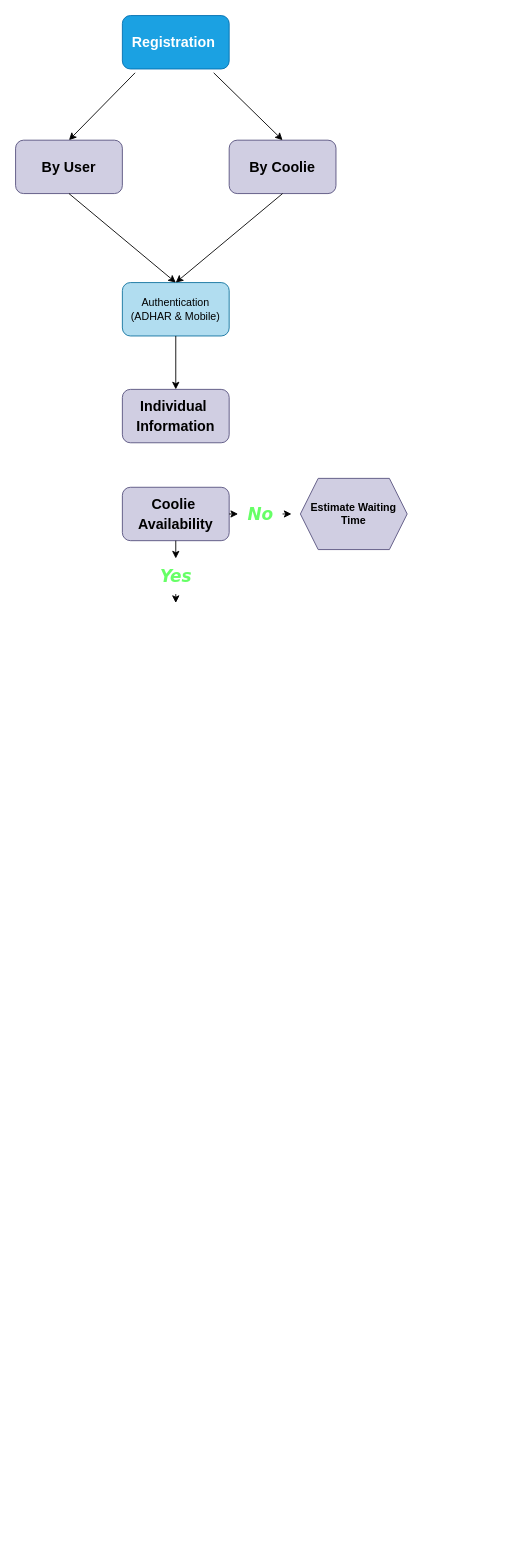
Before: Coolie Management System.drawio in harshcodes17/acmhackathon, a draw.io diagram. Source tidied: cells renumbered, new cells numbered last; positions are measured from the earlier drawing's top-left corner, leaving out a move shared by most shapes. Both pictures are drawn from the tidied source at 89%, with x=0, y=0 at pixel (15, 15).
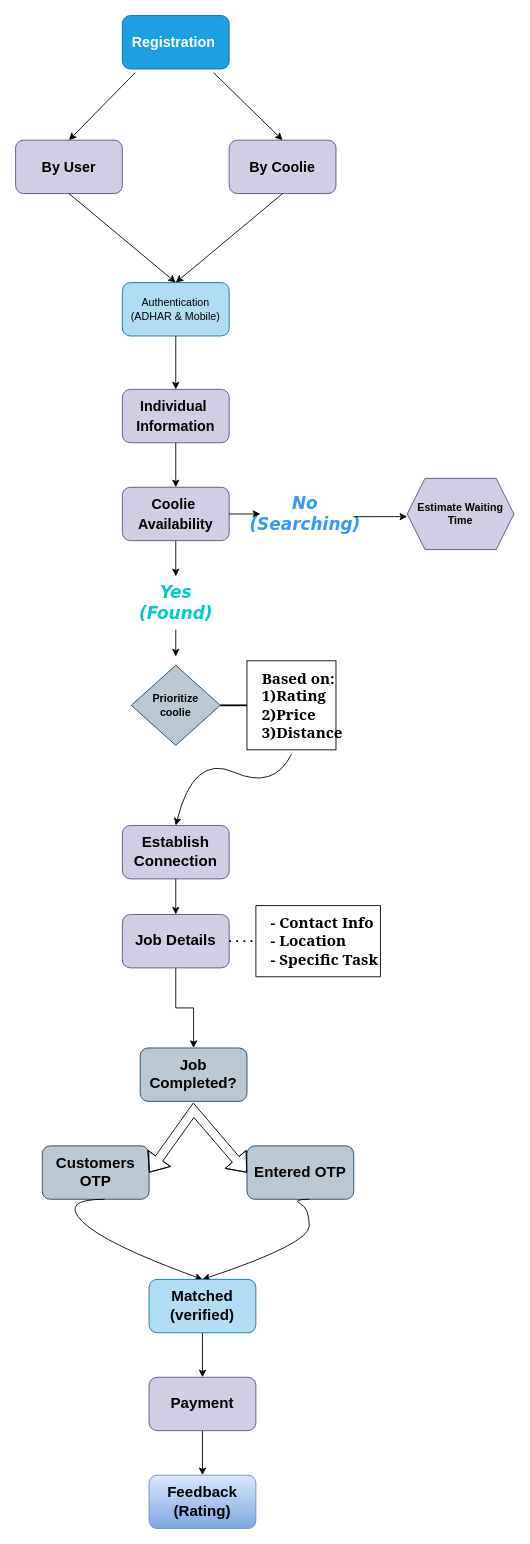
Above is the later version.

The change refers to these unchanged cells:
```xml
<mxCell id="10" value="&lt;div style=&quot;&quot;&gt;&lt;font face=&quot;Helvetica&quot;&gt;&lt;span style=&quot;font-size: 16px;&quot;&gt;&lt;b&gt;Individual&amp;nbsp;&lt;/b&gt;&lt;/span&gt;&lt;/font&gt;&lt;/div&gt;&lt;div style=&quot;&quot;&gt;&lt;font face=&quot;Helvetica&quot;&gt;&lt;span style=&quot;font-size: 16px;&quot;&gt;&lt;b&gt;Information&lt;/b&gt;&lt;/span&gt;&lt;/font&gt;&lt;/div&gt;" style="rounded=1;whiteSpace=wrap;html=1;fillColor=#d0cee2;strokeColor=#56517e;fontFamily=Lucida Console;fontSize=17;align=center;" parent="1" vertex="1">
  <mxGeometry x="120" y="420" width="120" height="60" as="geometry" />
</mxCell>
<mxCell id="12" value="&lt;div style=&quot;&quot;&gt;&lt;font face=&quot;Helvetica&quot;&gt;&lt;span style=&quot;font-size: 16px;&quot;&gt;&lt;b&gt;Coolie&amp;nbsp;&lt;/b&gt;&lt;/span&gt;&lt;/font&gt;&lt;/div&gt;&lt;div style=&quot;&quot;&gt;&lt;font face=&quot;Helvetica&quot;&gt;&lt;span style=&quot;font-size: 16px;&quot;&gt;&lt;b&gt;Availability&lt;/b&gt;&lt;/span&gt;&lt;/font&gt;&lt;/div&gt;" style="rounded=1;whiteSpace=wrap;html=1;fillColor=#d0cee2;strokeColor=#56517e;fontFamily=Lucida Console;fontSize=17;align=center;" parent="1" vertex="1">
  <mxGeometry x="120" y="530" width="120" height="60" as="geometry" />
</mxCell>
```

Change to the diagram source:
```diff
@@
     <mxCell id="13" style="endArrow=classic;html=1;rounded=0;exitX=0.5;exitY=1;exitDx=0;exitDy=0;" parent="1" edge="1" source="15">
       <mxGeometry relative="1" as="geometry">
-        <mxPoint x="180" y="660" as="targetPoint" />
+        <mxPoint x="180" y="720" as="targetPoint" />
       </mxGeometry>
     </mxCell>
@@
-    <mxCell id="15" value="&lt;font color=&quot;#66ff66&quot; face=&quot;Verdana&quot; style=&quot;font-size: 19px;&quot;&gt;Yes&lt;/font&gt;" style="text;html=1;align=center;verticalAlign=middle;points=[];strokeColor=none;fillColor=none;rotation=0;fontSize=19;labelBackgroundColor=none;labelBorderColor=none;fontStyle=3;" parent="1" vertex="1">
-      <mxGeometry x="155" y="610" width="50" height="40" as="geometry" />
+    <mxCell id="15" value="&lt;font face=&quot;Verdana&quot; style=&quot;font-size: 19px;&quot;&gt;Yes&lt;/font&gt;&lt;div&gt;&lt;font face=&quot;Verdana&quot; style=&quot;font-size: 19px;&quot;&gt;(Found)&lt;/font&gt;&lt;/div&gt;" style="text;html=1;align=center;verticalAlign=middle;points=[];strokeColor=none;fillColor=none;rotation=0;fontSize=19;labelBackgroundColor=none;labelBorderColor=none;fontStyle=3;fontColor=#00CCCC;" parent="1" vertex="1">
+      <mxGeometry x="140" y="630" width="80" height="60" as="geometry" />
     </mxCell>
-    <mxCell id="16" style="endArrow=classic;html=1;rounded=0;exitX=1;exitY=0.5;exitDx=0;exitDy=0;" parent="1" edge="1" source="18">
-      <mxGeometry relative="1" as="geometry">
-        <mxPoint x="310" y="560" as="targetPoint" />
-      </mxGeometry>
-    </mxCell>
-    <mxCell id="17" style="endArrow=classic;html=1;rounded=0;exitX=1;exitY=0.5;exitDx=0;exitDy=0;" parent="1" edge="1" source="12" target="18">
-      <mxGeometry relative="1" as="geometry" />
+    <mxCell id="17" style="endArrow=classic;html=1;rounded=0;exitX=1;exitY=0.5;exitDx=0;exitDy=0;" parent="1" edge="1" source="12">
+      <mxGeometry relative="1" as="geometry">
+        <mxPoint x="275" y="560" as="targetPoint" />
+      </mxGeometry>
     </mxCell>
-    <mxCell id="18" value="&lt;font color=&quot;#66ff66&quot; face=&quot;Verdana&quot; style=&quot;font-size: 19px;&quot;&gt;No&lt;/font&gt;" style="text;html=1;align=center;verticalAlign=middle;points=[];strokeColor=none;fillColor=none;rotation=0;fontSize=19;labelBackgroundColor=none;labelBorderColor=none;fontStyle=3;" parent="1" vertex="1">
-      <mxGeometry x="250" y="540" width="50" height="40" as="geometry" />
-    </mxCell>
     <mxCell id="19" value="&lt;b&gt;Estimate Waiting&lt;/b&gt;&lt;div&gt;&lt;b&gt;Time&lt;/b&gt;&lt;/div&gt;" style="shape=hexagon;perimeter=hexagonPerimeter2;whiteSpace=wrap;html=1;fixedSize=1;fillColor=#d0cee2;strokeColor=#56517e;" parent="1" vertex="1">
-      <mxGeometry x="320" y="520" width="120" height="80" as="geometry" />
+      <mxGeometry x="440" y="520" width="120" height="80" as="geometry" />
     </mxCell>
+    <mxCell id="20" style="endArrow=classic;html=1;rounded=0;exitX=0.5;exitY=1;exitDx=0;exitDy=0;entryX=0.5;entryY=0;entryDx=0;entryDy=0;" parent="1" edge="1" source="10" target="12">
+      <mxGeometry relative="1" as="geometry" />
+    </mxCell>
+    <mxCell id="21" value="&lt;font face=&quot;Verdana&quot;&gt;No&lt;/font&gt;&lt;br&gt;&lt;div&gt;&lt;font style=&quot;font-size: 19px;&quot; face=&quot;Verdana&quot;&gt;(Searching)&lt;/font&gt;&lt;/div&gt;" style="text;html=1;align=center;verticalAlign=middle;points=[];rotation=0;fontSize=19;labelBackgroundColor=none;labelBorderColor=none;fontStyle=3;fontColor=#3399FF;" parent="1" vertex="1">
+      <mxGeometry x="270" y="530" width="110" height="60" as="geometry" />
+    </mxCell>
+    <mxCell id="22" value="&lt;b&gt;Prioritize&lt;/b&gt;&lt;div&gt;&lt;b&gt;coolie&lt;/b&gt;&lt;/div&gt;" style="rhombus;whiteSpace=wrap;html=1;fillColor=#bac8d3;strokeColor=#23445d;" parent="1" vertex="1">
+      <mxGeometry x="130" y="730" width="100" height="90" as="geometry" />
+    </mxCell>
+    <mxCell id="23" style="whiteSpace=wrap;html=1;labelBackgroundColor=none;fontStyle=1;" parent="1" vertex="1">
+      <mxGeometry x="260" y="725" width="100" height="100" as="geometry" />
+    </mxCell>
+    <mxCell id="24" value="Based on:&lt;div style=&quot;font-size: 17px;&quot;&gt;1)Rating&lt;/div&gt;&lt;div style=&quot;font-size: 17px;&quot;&gt;2)Price&lt;/div&gt;&lt;div style=&quot;font-size: 17px;&quot;&gt;3)Distance&lt;/div&gt;" style="text;html=1;align=left;verticalAlign=middle;whiteSpace=wrap;rounded=0;fontSize=17;fontFamily=Georgia;fontStyle=1;" parent="1" vertex="1">
+      <mxGeometry x="275" y="760" width="60" height="30" as="geometry" />
+    </mxCell>
+    <mxCell id="25" style="line;strokeWidth=2;html=1;" parent="1" vertex="1">
+      <mxGeometry x="230" y="770" width="30" height="10" as="geometry" />
+    </mxCell>
+    <mxCell id="26" value="&lt;b&gt;&lt;font style=&quot;font-size: 17px;&quot;&gt;Establish Connection&lt;/font&gt;&lt;/b&gt;" style="rounded=1;whiteSpace=wrap;html=1;fillColor=#d0cee2;strokeColor=#56517e;" parent="1" vertex="1">
+      <mxGeometry x="120" y="910" width="120" height="60" as="geometry" />
+    </mxCell>
+    <mxCell id="27" style="curved=1;endArrow=classic;html=1;rounded=0;entryX=0.5;entryY=0;entryDx=0;entryDy=0;" parent="1" edge="1" target="26">
+      <mxGeometry relative="1" as="geometry">
+        <mxPoint x="310" y="830" as="sourcePoint" />
+        <Array as="points">
+          <mxPoint x="290" y="870" />
+          <mxPoint x="200" y="830" />
+        </Array>
+      </mxGeometry>
+    </mxCell>
+    <mxCell id="28" style="edgeStyle=orthogonalEdgeStyle;rounded=0;jettySize=auto;html=1;" parent="1" edge="1" source="29" target="34">
+      <mxGeometry relative="1" as="geometry" />
+    </mxCell>
+    <mxCell id="29" value="&lt;b&gt;&lt;font style=&quot;font-size: 17px;&quot;&gt;Job Details&lt;/font&gt;&lt;/b&gt;" style="rounded=1;whiteSpace=wrap;html=1;fillColor=#d0cee2;strokeColor=#56517e;" parent="1" vertex="1">
+      <mxGeometry x="120" y="1010" width="120" height="60" as="geometry" />
+    </mxCell>
+    <mxCell id="30" value="- Contact Info&lt;div&gt;- Location&lt;/div&gt;&lt;div&gt;- Specific Task&lt;/div&gt;" style="text;html=1;align=left;verticalAlign=middle;whiteSpace=wrap;rounded=0;fontSize=17;fontFamily=Georgia;fontStyle=1;" parent="1" vertex="1">
+      <mxGeometry x="285" y="1025" width="125" height="30" as="geometry" />
+    </mxCell>
+    <mxCell id="31" style="swimlane;startSize=0;" parent="1" vertex="1">
+      <mxGeometry x="270" y="1000" width="140" height="80" as="geometry" />
+    </mxCell>
+    <mxCell id="32" style="endArrow=none;dashed=1;html=1;dashPattern=1 3;strokeWidth=2;rounded=0;exitX=1;exitY=0.5;exitDx=0;exitDy=0;entryX=0;entryY=0.5;entryDx=0;entryDy=0;" parent="1" edge="1" source="29" target="31">
+      <mxGeometry relative="1" as="geometry" />
+    </mxCell>
+    <mxCell id="33" style="endArrow=classic;html=1;rounded=0;entryX=0.5;entryY=0;entryDx=0;entryDy=0;exitX=0.5;exitY=1;exitDx=0;exitDy=0;" parent="1" edge="1" source="26" target="29">
+      <mxGeometry relative="1" as="geometry" />
+    </mxCell>
+    <mxCell id="34" value="&lt;b&gt;&lt;font style=&quot;font-size: 17px;&quot;&gt;Job Completed?&lt;/font&gt;&lt;/b&gt;" style="rounded=1;whiteSpace=wrap;html=1;fillColor=#bac8d3;strokeColor=#23445d;" parent="1" vertex="1">
+      <mxGeometry x="140" y="1160" width="120" height="60" as="geometry" />
+    </mxCell>
+    <mxCell id="35" value="&lt;b&gt;&lt;font style=&quot;font-size: 17px;&quot;&gt;Customers&lt;br&gt;OTP&lt;/font&gt;&lt;/b&gt;" style="rounded=1;whiteSpace=wrap;html=1;fillColor=#bac8d3;strokeColor=#23445d;" parent="1" vertex="1">
+      <mxGeometry x="30" y="1270" width="120" height="60" as="geometry" />
+    </mxCell>
+    <mxCell id="36" value="&lt;b&gt;&lt;font style=&quot;font-size: 17px;&quot;&gt;Entered OTP&lt;/font&gt;&lt;/b&gt;" style="rounded=1;whiteSpace=wrap;html=1;fillColor=#bac8d3;strokeColor=#23445d;" parent="1" vertex="1">
+      <mxGeometry x="260" y="1270" width="120" height="60" as="geometry" />
+    </mxCell>
+    <mxCell id="37" style="shape=flexArrow;endArrow=classic;startArrow=classic;html=1;rounded=0;exitX=1;exitY=0.5;exitDx=0;exitDy=0;entryX=0;entryY=0.5;entryDx=0;entryDy=0;" parent="1" edge="1" source="35" target="36">
+      <mxGeometry relative="1" as="geometry">
+        <Array as="points">
+          <mxPoint x="200" y="1230" />
+        </Array>
+      </mxGeometry>
+    </mxCell>
+    <mxCell id="38" style="curved=1;endArrow=classic;html=1;rounded=0;" parent="1" edge="1">
+      <mxGeometry relative="1" as="geometry">
+        <mxPoint x="100" y="1330" as="sourcePoint" />
+        <mxPoint x="210" y="1420" as="targetPoint" />
+        <Array as="points">
+          <mxPoint x="50" y="1330" />
+          <mxPoint x="100" y="1380" />
+        </Array>
+      </mxGeometry>
+    </mxCell>
+    <mxCell id="39" style="curved=1;endArrow=classic;html=1;rounded=0;" parent="1" edge="1">
+      <mxGeometry relative="1" as="geometry">
+        <mxPoint x="330" y="1330" as="sourcePoint" />
+        <mxPoint x="210" y="1420" as="targetPoint" />
+        <Array as="points">
+          <mxPoint x="310" y="1330" />
+          <mxPoint x="330" y="1340" />
+          <mxPoint x="330" y="1380" />
+        </Array>
+      </mxGeometry>
+    </mxCell>
+    <mxCell id="40" style="edgeStyle=orthogonalEdgeStyle;rounded=0;jettySize=auto;html=1;" parent="1" edge="1" source="41" target="43">
+      <mxGeometry relative="1" as="geometry" />
+    </mxCell>
+    <mxCell id="41" value="&lt;b&gt;&lt;font style=&quot;font-size: 17px;&quot;&gt;Matched&lt;/font&gt;&lt;/b&gt;&lt;div&gt;&lt;b&gt;&lt;font style=&quot;font-size: 17px;&quot;&gt;(verified)&lt;/font&gt;&lt;/b&gt;&lt;/div&gt;" style="rounded=1;whiteSpace=wrap;html=1;fillColor=#b1ddf0;strokeColor=#10739e;" parent="1" vertex="1">
+      <mxGeometry x="150" y="1420" width="120" height="60" as="geometry" />
+    </mxCell>
+    <mxCell id="42" style="edgeStyle=orthogonalEdgeStyle;rounded=0;jettySize=auto;html=1;" parent="1" edge="1" source="43" target="44">
+      <mxGeometry relative="1" as="geometry" />
+    </mxCell>
+    <mxCell id="43" value="&lt;b&gt;&lt;font style=&quot;font-size: 17px;&quot;&gt;Payment&lt;/font&gt;&lt;/b&gt;" style="rounded=1;whiteSpace=wrap;html=1;fillColor=#d0cee2;strokeColor=#56517e;" parent="1" vertex="1">
+      <mxGeometry x="150" y="1530" width="120" height="60" as="geometry" />
+    </mxCell>
+    <mxCell id="44" value="&lt;b&gt;&lt;font style=&quot;font-size: 17px;&quot;&gt;Feedback&lt;br&gt;(Rating)&lt;/font&gt;&lt;/b&gt;" style="rounded=1;whiteSpace=wrap;html=1;fillColor=#dae8fc;gradientColor=#7ea6e0;strokeColor=#6c8ebf;" parent="1" vertex="1">
+      <mxGeometry x="150" y="1640" width="120" height="60" as="geometry" />
+    </mxCell>
+    <mxCell id="45" style="endArrow=classic;html=1;rounded=0;exitX=0.998;exitY=0.551;exitDx=0;exitDy=0;exitPerimeter=0;" parent="1" edge="1" source="21">
+      <mxGeometry relative="1" as="geometry">
+        <mxPoint x="440" y="563" as="targetPoint" />
+      </mxGeometry>
+    </mxCell>
```
